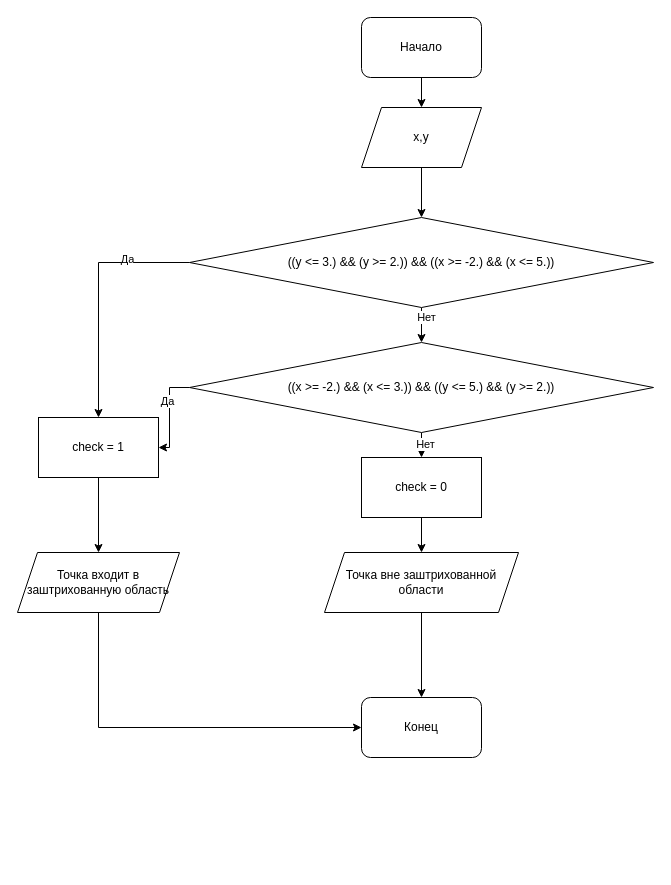
This is Область.drawio from Avebanger/lab06, a draw.io file, before an edit. Source tidied: cells renumbered, new cells numbered last; positions are measured from the earlier drawing's top-left corner, leaving out a move shared by most shapes. Both pictures are drawn from the tidied source at 100%, with x=0, y=0 at pixel (17, 17).
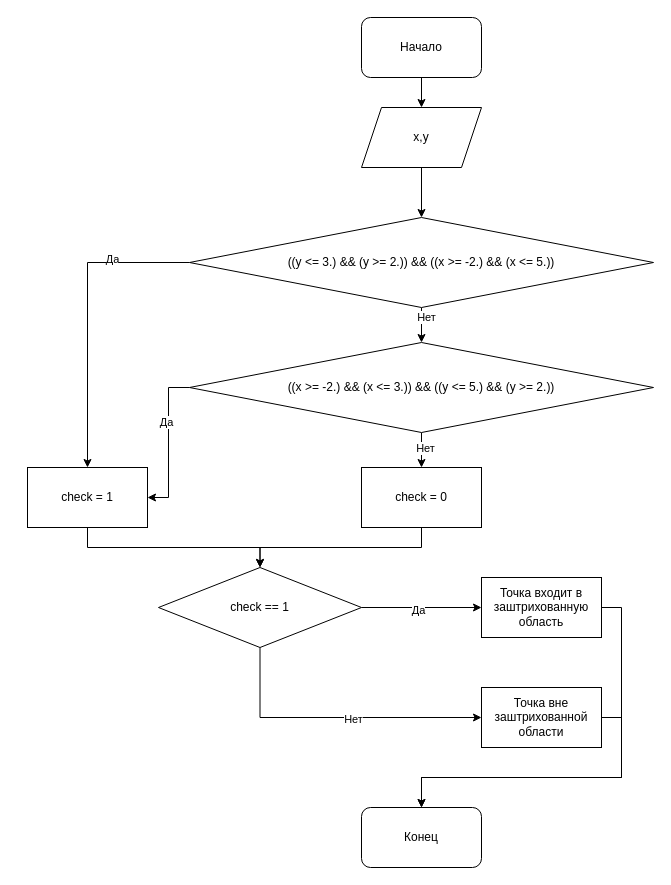
Above is the later version.

The edit, as a diff of the source:
```diff
@@
-    <mxCell id="5" value="Конец" style="rounded=1;whiteSpace=wrap;html=1;roundedPerimeter=1;" parent="1" vertex="1">
-      <mxGeometry x="344" y="680" width="120" height="60" as="geometry" />
-    </mxCell>
@@
-    <mxCell id="13" style="edgeStyle=orthogonalEdgeStyle;rounded=0;jettySize=auto;html=1;exitX=0.5;exitY=1;exitDx=0;exitDy=0;entryX=0.5;entryY=0;entryDx=0;entryDy=0;" parent="1" edge="1" source="14" target="25">
-      <mxGeometry relative="1" as="geometry" />
-    </mxCell>
+    <mxCell id="26" style="edgeStyle=orthogonalEdgeStyle;rounded=0;jettySize=auto;html=1;exitX=0.5;exitY=1;exitDx=0;exitDy=0;entryX=0.5;entryY=0;entryDx=0;entryDy=0;" parent="1" edge="1" source="14" target="32">
+      <mxGeometry relative="1" as="geometry" />
+    </mxCell>
     <mxCell id="14" value="check = 1" style="rounded=0;whiteSpace=wrap;html=1;" parent="1" vertex="1">
-      <mxGeometry x="21" y="400" width="120" height="60" as="geometry" />
+      <mxGeometry x="10" y="450" width="120" height="60" as="geometry" />
     </mxCell>
@@
-    <mxCell id="20" style="edgeStyle=orthogonalEdgeStyle;rounded=0;jettySize=auto;html=1;exitX=0.5;exitY=1;exitDx=0;exitDy=0;entryX=0.5;entryY=0;entryDx=0;entryDy=0;" parent="1" edge="1" source="21" target="23">
-      <mxGeometry relative="1" as="geometry" />
-    </mxCell>
+    <mxCell id="27" style="edgeStyle=orthogonalEdgeStyle;rounded=0;jettySize=auto;html=1;exitX=0.5;exitY=1;exitDx=0;exitDy=0;entryX=0.5;entryY=0;entryDx=0;entryDy=0;" parent="1" edge="1" source="21" target="32">
+      <mxGeometry relative="1" as="geometry" />
+    </mxCell>
     <mxCell id="21" value="check = 0" style="rounded=0;whiteSpace=wrap;html=1;" parent="1" vertex="1">
-      <mxGeometry x="344" y="440" width="120" height="60" as="geometry" />
+      <mxGeometry x="344" y="450" width="120" height="60" as="geometry" />
     </mxCell>
+    <mxCell id="28" style="edgeStyle=orthogonalEdgeStyle;rounded=0;jettySize=auto;html=1;exitX=1;exitY=0.5;exitDx=0;exitDy=0;entryX=0;entryY=0.5;entryDx=0;entryDy=0;" parent="1" edge="1" source="32" target="25">
+      <mxGeometry relative="1" as="geometry" />
+    </mxCell>
+    <mxCell id="29" value="Да" style="edgeLabel;html=1;align=center;verticalAlign=middle;" parent="28" vertex="1">
+      <mxGeometry x="-0.07" y="-2" relative="1" as="geometry" />
+    </mxCell>
+    <mxCell id="30" style="edgeStyle=orthogonalEdgeStyle;rounded=0;jettySize=auto;html=1;exitX=0.5;exitY=1;exitDx=0;exitDy=0;entryX=0;entryY=0.5;entryDx=0;entryDy=0;" parent="1" edge="1" source="32" target="23">
+      <mxGeometry relative="1" as="geometry" />
+    </mxCell>
+    <mxCell id="31" value="Нет" style="edgeLabel;html=1;align=center;verticalAlign=middle;" parent="30" vertex="1">
+      <mxGeometry x="0.12" y="-1" relative="1" as="geometry" />
+    </mxCell>
+    <mxCell id="32" value="&lt;pre style=&quot;font-family: &amp;quot;Cascadia Mono&amp;quot;; font-size: 9pt;&quot;&gt;check == 1&lt;/pre&gt;" style="rhombus;whiteSpace=wrap;html=1;shapeInside=1;" parent="1" vertex="1">
+      <mxGeometry x="141" y="550" width="203" height="80" as="geometry" />
+    </mxCell>
+    <mxCell id="24" style="edgeStyle=orthogonalEdgeStyle;rounded=0;jettySize=auto;html=1;exitX=1;exitY=0.5;exitDx=0;exitDy=0;entryX=0.5;entryY=0;entryDx=0;entryDy=0;" parent="1" edge="1" source="25" target="5">
+      <mxGeometry relative="1" as="geometry">
+        <Array as="points">
+          <mxPoint x="604" y="590" />
+          <mxPoint x="604" y="760" />
+          <mxPoint x="404" y="760" />
+        </Array>
+      </mxGeometry>
+    </mxCell>
+    <mxCell id="25" value="Точка входит в заштрихованную область" style="rounded=0;whiteSpace=wrap;html=1;" parent="1" vertex="1">
+      <mxGeometry x="464" y="560" width="120" height="60" as="geometry" />
+    </mxCell>
-    <mxCell id="22" style="edgeStyle=orthogonalEdgeStyle;rounded=0;jettySize=auto;html=1;exitX=0.5;exitY=1;exitDx=0;exitDy=0;entryX=0.5;entryY=0;entryDx=0;entryDy=0;" parent="1" edge="1" source="23" target="5">
+    <mxCell id="22" style="edgeStyle=orthogonalEdgeStyle;rounded=0;jettySize=auto;html=1;exitX=1;exitY=0.5;exitDx=0;exitDy=0;entryX=0.5;entryY=0;entryDx=0;entryDy=0;" parent="1" edge="1" source="23" target="5">
       <mxGeometry relative="1" as="geometry" />
     </mxCell>
-    <mxCell id="23" value="Точка вне заштрихованной области" style="shape=parallelogram;perimeter=parallelogramPerimeter;whiteSpace=wrap;html=1;shapeInside=1;fixedSize=1;" parent="1" vertex="1">
-      <mxGeometry x="307" y="535" width="194" height="60" as="geometry" />
+    <mxCell id="23" value="Точка вне заштрихованной области" style="rounded=0;whiteSpace=wrap;html=1;" parent="1" vertex="1">
+      <mxGeometry x="464" y="670" width="120" height="60" as="geometry" />
     </mxCell>
-    <mxCell id="24" style="edgeStyle=orthogonalEdgeStyle;rounded=0;jettySize=auto;html=1;exitX=0.5;exitY=1;exitDx=0;exitDy=0;entryX=0;entryY=0.5;entryDx=0;entryDy=0;" parent="1" edge="1" source="25" target="5">
-      <mxGeometry relative="1" as="geometry" />
-    </mxCell>
-    <mxCell id="25" value="&lt;div&gt;Точка входит в заштрихованную область&lt;/div&gt;" style="shape=parallelogram;perimeter=parallelogramPerimeter;whiteSpace=wrap;html=1;shapeInside=1;fixedSize=1;" parent="1" vertex="1">
-      <mxGeometry y="535" width="162" height="60" as="geometry" />
-    </mxCell>
+    <mxCell id="5" value="Конец" style="rounded=1;whiteSpace=wrap;html=1;roundedPerimeter=1;" parent="1" vertex="1">
+      <mxGeometry x="344" y="790" width="120" height="60" as="geometry" />
+    </mxCell>
```
